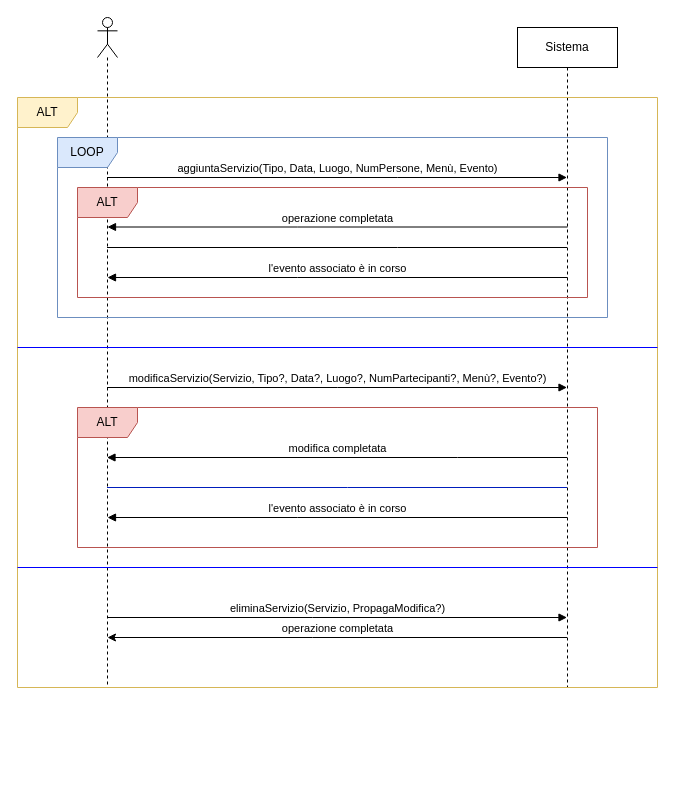
Earlier version of the draw.io diagram Progettazione/SSD/SSD_Estensione_2.drawio (Giacca01/CateRingProject). Source tidied: cells renumbered, new cells numbered last; positions are measured from the earlier drawing's top-left corner, leaving out a move shared by most shapes. Both pictures are drawn from the tidied source at 100%, with x=0, y=0 at pixel (17, 17).
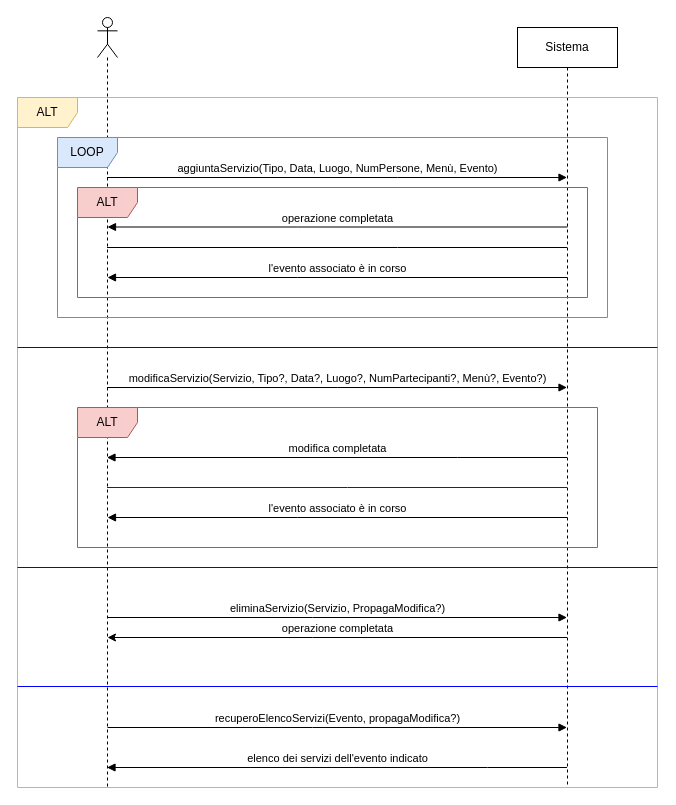
The same page after the edit.

Diff of the diagram source:
```diff
@@
     <mxCell id="2" style="shape=umlLifeline;perimeter=lifelinePerimeter;whiteSpace=wrap;html=1;outlineConnect=0;portConstraint=eastwest;newEdgeStyle={&quot;edgeStyle&quot;:&quot;elbowEdgeStyle&quot;,&quot;elbow&quot;:&quot;vertical&quot;,&quot;curved&quot;:0,&quot;rounded&quot;:0};participant=umlActor;" parent="1" vertex="1">
-      <mxGeometry x="80" width="20" height="670" as="geometry" />
+      <mxGeometry x="80" width="20" height="770" as="geometry" />
     </mxCell>
     <mxCell id="3" value="Sistema" style="shape=umlLifeline;perimeter=lifelinePerimeter;whiteSpace=wrap;html=1;outlineConnect=0;portConstraint=eastwest;newEdgeStyle={&quot;edgeStyle&quot;:&quot;elbowEdgeStyle&quot;,&quot;elbow&quot;:&quot;vertical&quot;,&quot;curved&quot;:0,&quot;rounded&quot;:0};" parent="1" vertex="1">
-      <mxGeometry x="500" y="10" width="100" height="660" as="geometry" />
+      <mxGeometry x="500" y="10" width="100" height="760" as="geometry" />
     </mxCell>
     <mxCell id="4" value="ALT" style="shape=umlFrame;whiteSpace=wrap;html=1;fillColor=#fff2cc;strokeColor=#d6b656;" parent="1" vertex="1">
-      <mxGeometry y="80" width="640" height="590" as="geometry" />
+      <mxGeometry y="80" width="640" height="690" as="geometry" />
     </mxCell>
@@
+    <mxCell id="23" style="endArrow=none;endFill=0;endSize=12;html=1;rounded=0;strokeColor=#0000FF;" parent="1" edge="1">
+      <mxGeometry relative="1" as="geometry">
+        <mxPoint y="669" as="sourcePoint" />
+        <mxPoint x="640" y="669" as="targetPoint" />
+      </mxGeometry>
+    </mxCell>
+    <mxCell id="24" value="recuperoElencoServizi(Evento, propagaModifica?)" style="html=1;verticalAlign=bottom;endArrow=block;edgeStyle=elbowEdgeStyle;elbow=vertical;curved=0;rounded=0;" parent="1" edge="1" target="3">
+      <mxGeometry relative="1" as="geometry">
+        <mxPoint x="90" y="710" as="sourcePoint" />
+      </mxGeometry>
+    </mxCell>
+    <mxCell id="25" value="elenco dei servizi dell'evento indicato" style="html=1;verticalAlign=bottom;endArrow=block;edgeStyle=elbowEdgeStyle;elbow=vertical;curved=0;rounded=0;" parent="1" edge="1" source="3" target="2">
+      <mxGeometry relative="1" as="geometry">
+        <Array as="points">
+          <mxPoint x="470" y="750" />
+        </Array>
+      </mxGeometry>
+    </mxCell>
```
